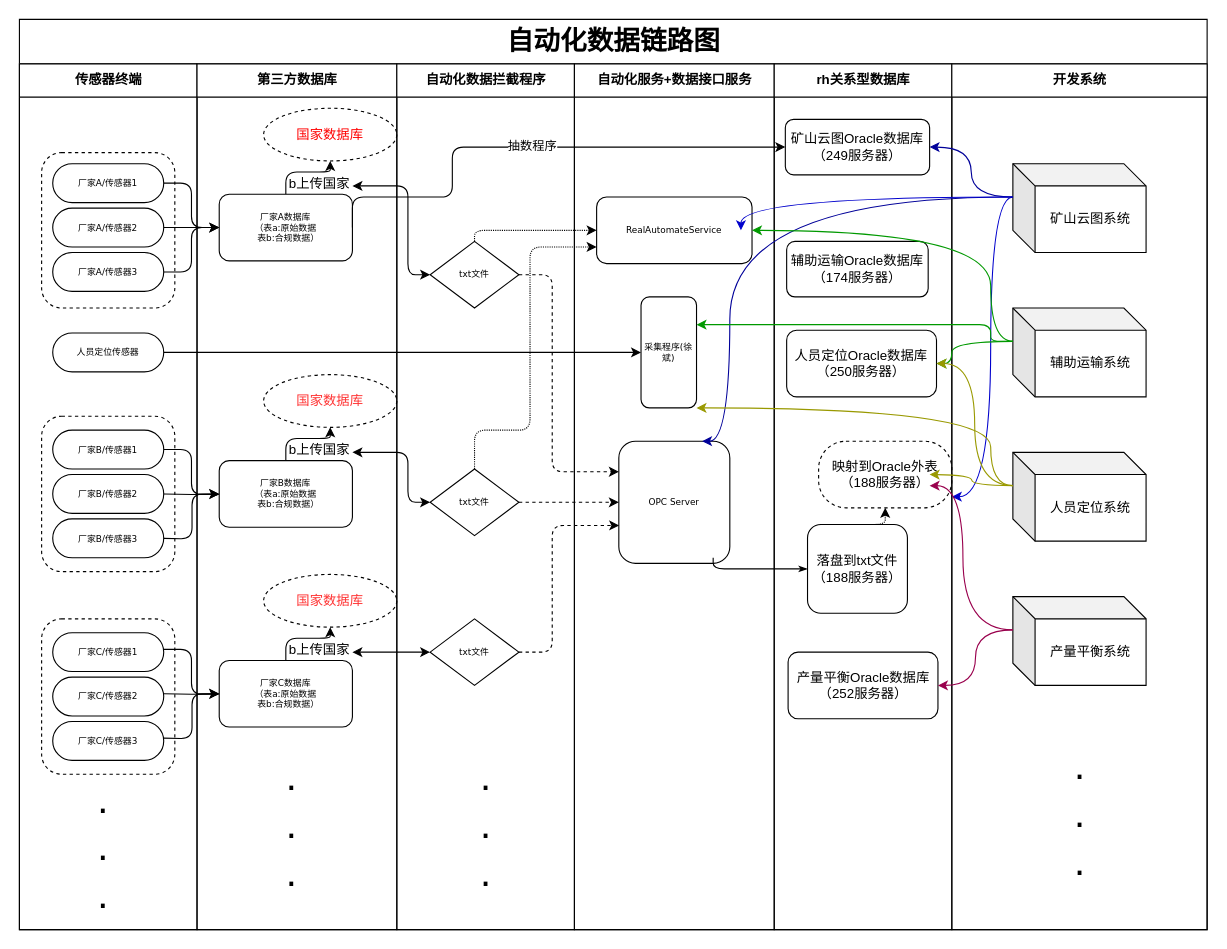
liulizhong/LearnAccumulate keeps this draw.io diagram as src/draw/未命名绘图.drawio. Above is the earlier version. Source tidied: cells renumbered, new cells numbered last; positions are measured from the earlier drawing's top-left corner, leaving out a move shared by most shapes. Both pictures are drawn from the tidied source at 111%, with x=0, y=0 at pixel (19, 19).
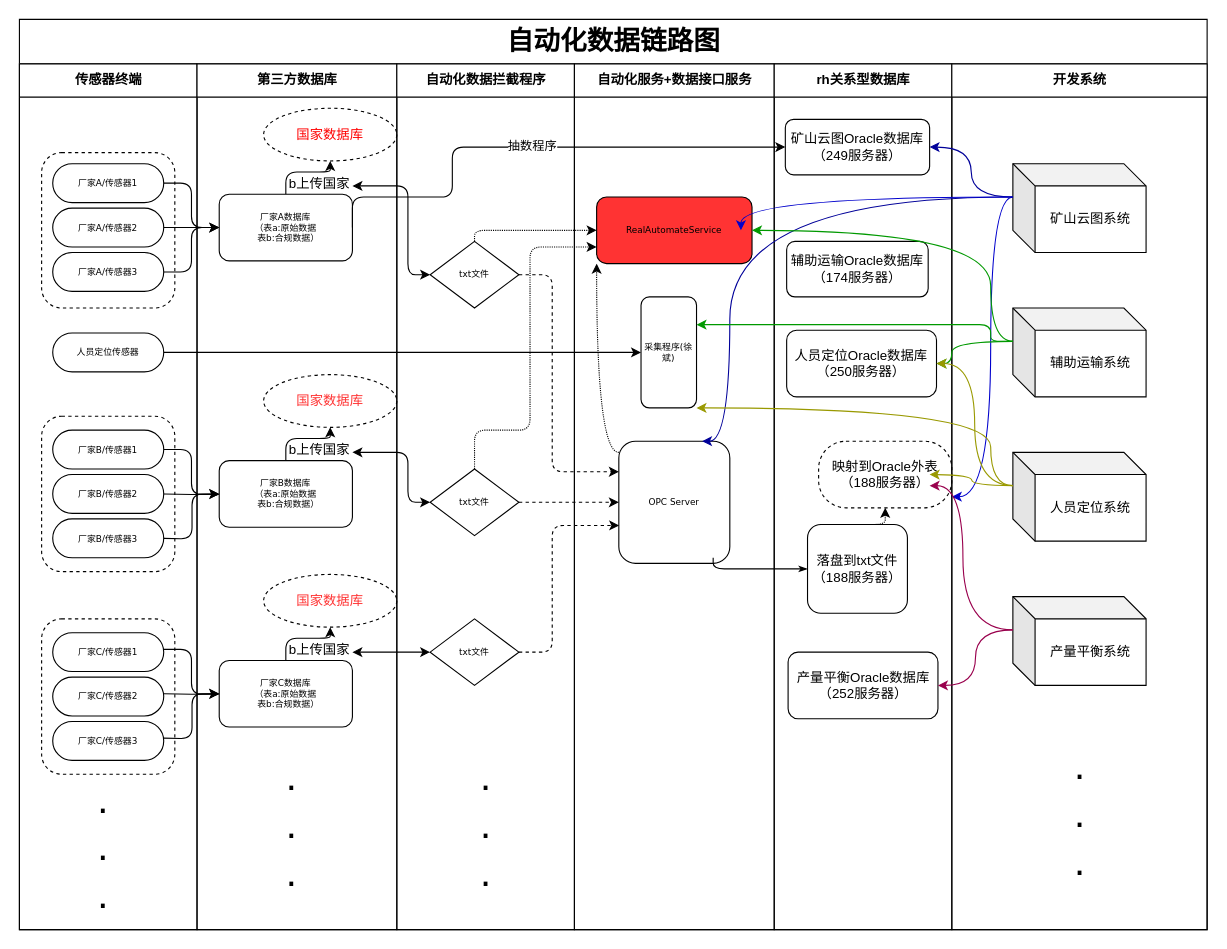
The same diagram, later.

Commit message:
自动化数据链路图v2-11-16.drawio

The change refers to these unchanged cells:
```xml
<mxCell id="46" value="自动化服务+数据接口服务" style="swimlane;html=1;startSize=30;" parent="2" vertex="1">
  <mxGeometry x="500" y="40" width="180" height="780" as="geometry" />
</mxCell>
```

The edit, as a diff of the source:
```diff
@@
+    <mxCell id="88" style="edgeStyle=orthogonalEdgeStyle;curved=1;jettySize=auto;html=1;entryX=0;entryY=1;entryDx=0;entryDy=0;startArrow=none;startFill=0;endArrow=classic;endFill=1;strokeColor=#000000;dashed=1;dashPattern=1 1;" parent="46" edge="1" target="48">
+      <mxGeometry relative="1" as="geometry">
+        <mxPoint x="40" y="350" as="sourcePoint" />
+        <Array as="points">
+          <mxPoint x="20" y="350" />
+        </Array>
+      </mxGeometry>
+    </mxCell>
@@
-    <mxCell id="48" value="&lt;span style=&quot;font-size: 8px&quot;&gt;RealAutomateService&lt;/span&gt;" style="rounded=1;whiteSpace=wrap;html=1;shadow=0;labelBackgroundColor=none;strokeWidth=1;fontFamily=Verdana;fontSize=8;align=center;" parent="46" vertex="1">
+    <mxCell id="48" value="&lt;span style=&quot;font-size: 8px&quot;&gt;RealAutomateService&lt;/span&gt;" style="rounded=1;whiteSpace=wrap;html=1;shadow=0;labelBackgroundColor=none;strokeWidth=1;fontFamily=Verdana;fontSize=8;align=center;fillColor=#FF3333;" parent="46" vertex="1">
       <mxGeometry x="20" y="120" width="140" height="60" as="geometry" />
     </mxCell>
```
